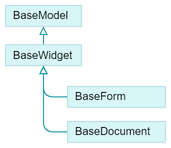
digicademy/epigraf keeps this draw.io diagram as docs/assets/img/classes-widget-basemodel.png. Above is the earlier version. Source tidied: cells renumbered, new cells last; positions are measured from the earlier drawing's top-left corner, leaving out a move shared by most shapes.
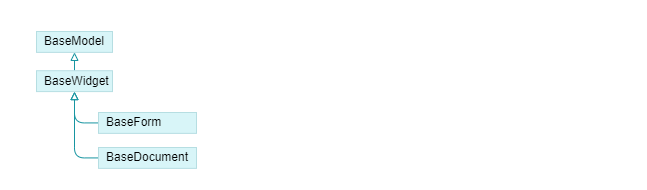
The same file after the commit.

The edit, as a diff of the source:
```diff
@@ -2,10 +2,13 @@
   <root>
     <mxCell id="0" />
     <mxCell id="1" parent="0" />
+    <mxCell id="9" style="rounded=0;whiteSpace=wrap;html=1;strokeColor=none;" parent="1" vertex="1">
+      <mxGeometry x="-36" y="-31.1" width="647" height="189.1" as="geometry" />
+    </mxCell>
     <mxCell id="2" style="endArrow=block;html=1;rounded=1;exitX=0.5;exitY=0;exitDx=0;exitDy=0;dashed=0;strokeColor=#1795A1;align=center;verticalAlign=middle;fontFamily=Helvetica;fontSize=11;fontColor=default;labelBackgroundColor=default;startArrow=none;endSize=6;fontStyle=0;endFill=0;entryX=0.5;entryY=1;entryDx=0;entryDy=0;" parent="1" edge="1" source="6" target="3">
       <mxGeometry relative="1" as="geometry" />
     </mxCell>
-    <mxCell id="3" value="&lt;font&gt;&lt;span&gt;BaseModel&lt;/span&gt;&lt;/font&gt;" style="rounded=0;whiteSpace=wrap;html=1;fontStyle=0;fontSize=11;fillColor=#D8F5F8;align=left;spacingLeft=6;strokeColor=#b6dee2;" parent="1" vertex="1">
+    <mxCell id="3" value="&lt;font style=&quot;font-size: 12px;&quot;&gt;&lt;span&gt;BaseModel&lt;/span&gt;&lt;/font&gt;" style="rounded=0;whiteSpace=wrap;html=1;fontStyle=0;fontSize=11;fillColor=#D8F5F8;align=left;spacingLeft=6;strokeColor=#b6dee2;" parent="1" vertex="1">
       <mxGeometry width="76" height="20.9" as="geometry" />
     </mxCell>
     <mxCell id="4" style="edgeStyle=orthogonalEdgeStyle;rounded=1;jettySize=auto;html=1;dashed=0;strokeColor=#1795A1;align=center;verticalAlign=middle;fontFamily=Helvetica;fontSize=11;fontColor=default;fontStyle=0;labelBackgroundColor=default;startArrow=none;endArrow=block;endFill=0;endSize=6;exitX=0;exitY=0.5;exitDx=0;exitDy=0;" parent="1" edge="1" source="7" target="6">
@@ -14,13 +17,13 @@
     <mxCell id="5" style="edgeStyle=orthogonalEdgeStyle;rounded=1;jettySize=auto;html=1;dashed=0;strokeColor=#1795A1;align=center;verticalAlign=middle;fontFamily=Helvetica;fontSize=11;fontColor=default;fontStyle=0;labelBackgroundColor=default;startArrow=none;endArrow=block;endFill=0;endSize=6;exitX=0;exitY=0.5;exitDx=0;exitDy=0;" parent="1" edge="1" source="8" target="6">
       <mxGeometry relative="1" as="geometry" />
     </mxCell>
-    <mxCell id="6" value="&lt;font&gt;&lt;span&gt;BaseWidget&lt;/span&gt;&lt;/font&gt;" style="rounded=0;whiteSpace=wrap;html=1;fontStyle=0;fontSize=11;fillColor=#D8F5F8;strokeColor=#b6dee2;align=left;verticalAlign=middle;spacingLeft=6;fontFamily=Helvetica;fontColor=default;" parent="1" vertex="1">
+    <mxCell id="6" value="&lt;font style=&quot;font-size: 12px;&quot;&gt;&lt;span&gt;BaseWidget&lt;/span&gt;&lt;/font&gt;" style="rounded=0;whiteSpace=wrap;html=1;fontStyle=0;fontSize=11;fillColor=#D8F5F8;strokeColor=#b6dee2;align=left;verticalAlign=middle;spacingLeft=6;fontFamily=Helvetica;fontColor=default;" parent="1" vertex="1">
       <mxGeometry y="39.2" width="76" height="20.9" as="geometry" />
     </mxCell>
-    <mxCell id="7" value="&lt;font&gt;&lt;span&gt;BaseForm&lt;/span&gt;&lt;/font&gt;" style="rounded=0;whiteSpace=wrap;html=1;fontStyle=0;fontSize=11;fillColor=#D8F5F8;strokeColor=#b6dee2;align=left;verticalAlign=middle;spacingLeft=6;fontFamily=Helvetica;fontColor=default;" parent="1" vertex="1">
+    <mxCell id="7" value="&lt;font style=&quot;font-size: 12px;&quot;&gt;&lt;span&gt;BaseForm&lt;/span&gt;&lt;/font&gt;" style="rounded=0;whiteSpace=wrap;html=1;fontStyle=0;fontSize=11;fillColor=#D8F5F8;strokeColor=#b6dee2;align=left;verticalAlign=middle;spacingLeft=6;fontFamily=Helvetica;fontColor=default;" parent="1" vertex="1">
       <mxGeometry x="62" y="81" width="98" height="20.9" as="geometry" />
     </mxCell>
-    <mxCell id="8" value="&lt;font&gt;&lt;span&gt;BaseDocument&lt;/span&gt;&lt;/font&gt;" style="rounded=0;whiteSpace=wrap;html=1;fontStyle=0;fontSize=11;fillColor=#D8F5F8;strokeColor=#b6dee2;align=left;verticalAlign=middle;spacingLeft=6;fontFamily=Helvetica;fontColor=default;" parent="1" vertex="1">
+    <mxCell id="8" value="&lt;font style=&quot;font-size: 12px;&quot;&gt;&lt;span&gt;BaseDocument&lt;/span&gt;&lt;/font&gt;" style="rounded=0;whiteSpace=wrap;html=1;fontStyle=0;fontSize=11;fillColor=#D8F5F8;strokeColor=#b6dee2;align=left;verticalAlign=middle;spacingLeft=6;fontFamily=Helvetica;fontColor=default;" parent="1" vertex="1">
       <mxGeometry x="62" y="116" width="98" height="20.9" as="geometry" />
     </mxCell>
   </root>
```
